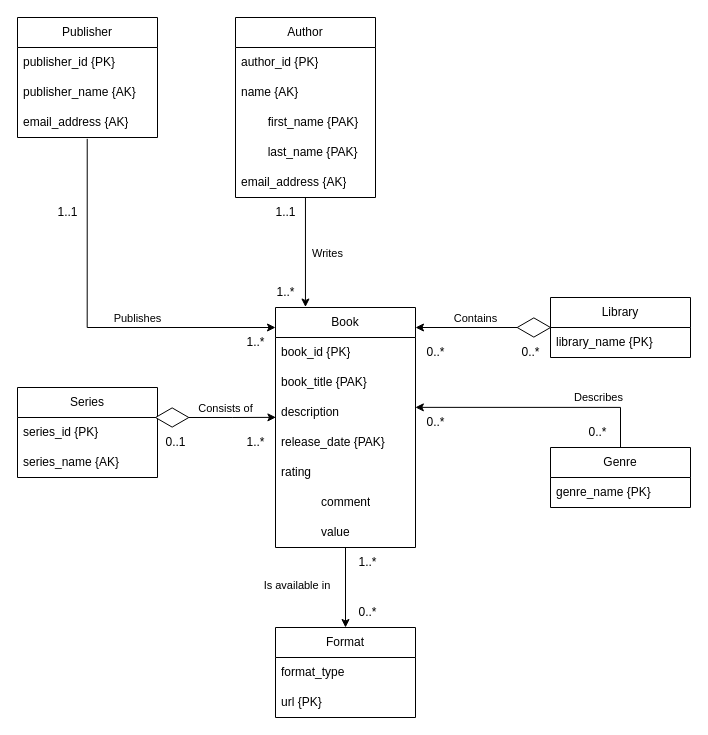
This is documents/vl_conceptual_design_alt_ST.drawio from jackeinbinder01/VirtualLibrary, a draw.io file, before an edit. Source tidied: cells renumbered, new cells numbered last; positions are measured from the earlier drawing's top-left corner, leaving out a move shared by most shapes. Both pictures are drawn from the tidied source at 100%, with x=0, y=0 at pixel (17, 17).
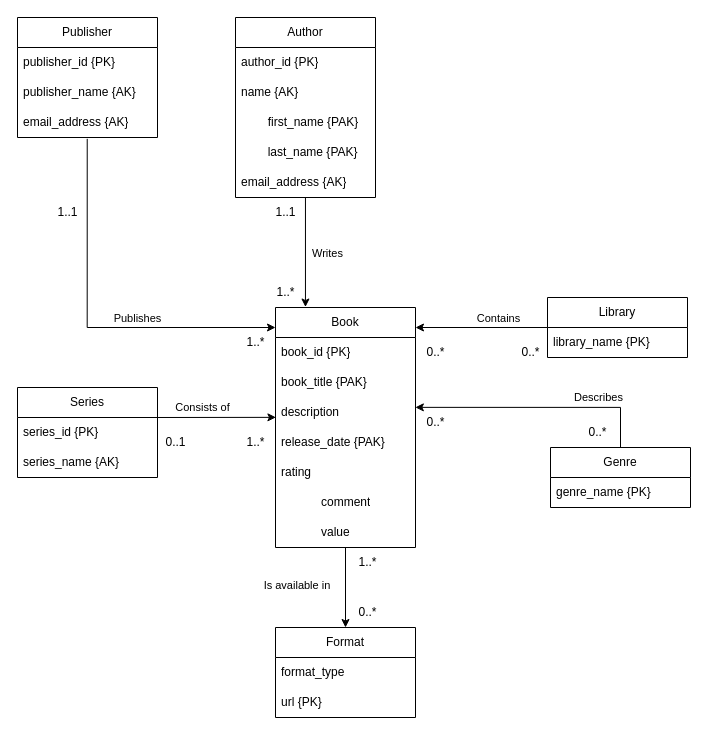
Above is the later version.

Unchanged cells that the change refers to:
```xml
<mxCell id="9" value="description" style="text;strokeColor=none;fillColor=none;align=left;verticalAlign=middle;spacingLeft=4;spacingRight=4;overflow=hidden;points=[[0,0.5],[1,0.5]];portConstraint=eastwest;whiteSpace=wrap;html=1;" parent="6" vertex="1">
  <mxGeometry y="90" width="140" height="30" as="geometry" />
</mxCell>
```

Change to the diagram source:
```diff
@@
     <mxCell id="2" value="Library" style="swimlane;fontStyle=0;horizontal=1;startSize=30;whiteSpace=wrap;html=1;" parent="1" vertex="1">
-      <mxGeometry x="533" y="280" width="140" height="60" as="geometry" />
+      <mxGeometry x="530" y="280" width="140" height="60" as="geometry" />
     </mxCell>
@@
-    <mxCell id="14" style="edgeStyle=orthogonalEdgeStyle;rounded=0;jettySize=auto;html=1;" parent="1" edge="1" source="16">
+    <mxCell id="14" style="edgeStyle=orthogonalEdgeStyle;rounded=0;orthogonalLoop=1;jettySize=auto;html=1;" parent="1" edge="1">
       <mxGeometry relative="1" as="geometry">
+        <mxPoint x="530" y="310" as="sourcePoint" />
         <mxPoint x="398" y="310" as="targetPoint" />
         <Array as="points">
           <mxPoint x="398" y="310" />
         </Array>
       </mxGeometry>
     </mxCell>
@@
-    <mxCell id="16" style="html=1;whiteSpace=wrap;shape=isoRectangle;" parent="1" vertex="1">
-      <mxGeometry x="499.7" y="300" width="33.3" height="20" as="geometry" />
-    </mxCell>
@@
-    <mxCell id="30" style="html=1;whiteSpace=wrap;shape=isoRectangle;" parent="1" vertex="1">
-      <mxGeometry x="138" y="390" width="33.3" height="20" as="geometry" />
-    </mxCell>
@@
-    <mxCell id="47" style="edgeStyle=orthogonalEdgeStyle;rounded=0;jettySize=auto;html=1;entryX=0.003;entryY=0.662;entryDx=0;entryDy=0;entryPerimeter=0;" parent="1" edge="1" source="30" target="9">
-      <mxGeometry relative="1" as="geometry" />
+    <mxCell id="47" style="edgeStyle=orthogonalEdgeStyle;rounded=0;jettySize=auto;html=1;entryX=0.003;entryY=0.662;entryDx=0;entryDy=0;entryPerimeter=0;" parent="1" edge="1" target="9">
+      <mxGeometry relative="1" as="geometry">
+        <mxPoint x="136" y="400" as="sourcePoint" />
+        <Array as="points">
+          <mxPoint x="136" y="400" />
+          <mxPoint x="141" y="400" />
+        </Array>
+      </mxGeometry>
     </mxCell>
```
